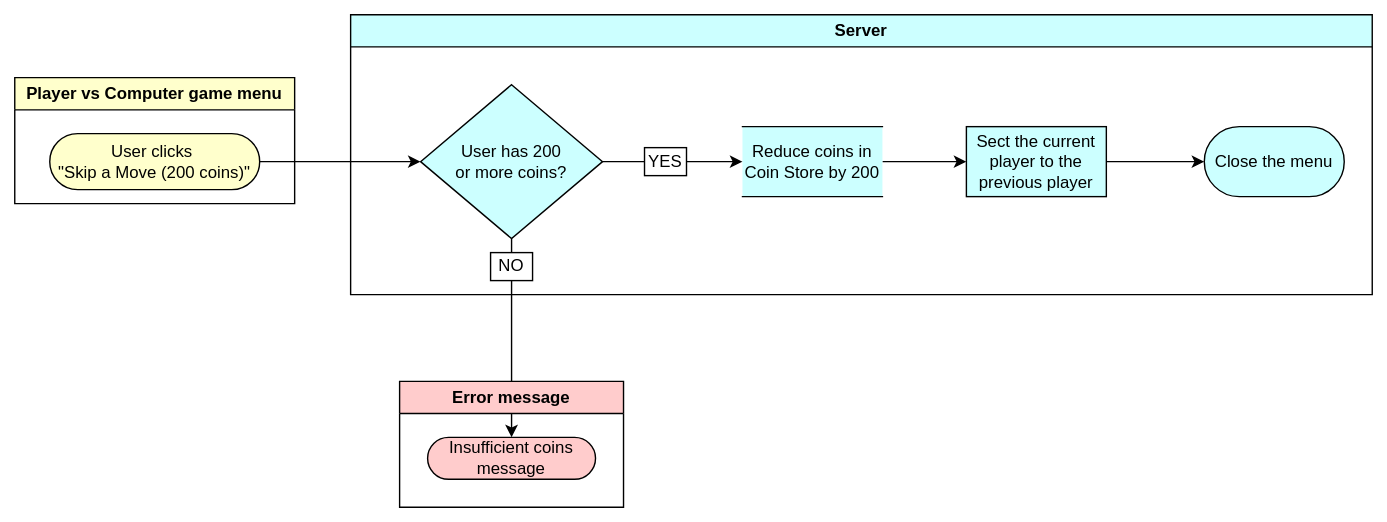
Before: docs/images/skip-a-move.drawio.svg, a diagram exported from draw.io (Rakshitg600/Notakto-website). Source tidied: cells renumbered, new cells last; positions are measured from the earlier drawing's top-left corner, leaving out a move shared by most shapes. The source it was exported from:
```xml
<mxGraphModel>
  <root>
    <mxCell id="0" />
    <mxCell id="1" parent="0" />
    <mxCell id="2" style="edgeStyle=orthogonalEdgeStyle;rounded=0;jettySize=auto;html=1;" parent="1" edge="1" source="11" target="17">
      <mxGeometry relative="1" as="geometry" />
    </mxCell>
    <mxCell id="3" value="Player vs Computer game menu" style="swimlane;whiteSpace=wrap;html=1;fillColor=#FFFFCC;" parent="1" vertex="1">
      <mxGeometry y="45" width="200" height="90" as="geometry" />
    </mxCell>
    <mxCell id="4" value="&lt;div&gt;User clicks&amp;nbsp;&lt;/div&gt;&lt;div&gt;&quot;Skip a Move (200 coins)&quot;&lt;/div&gt;" style="whiteSpace=wrap;html=1;dashed=0;shape=mxgraph.dfd.start;fillColor=#FFFFCC;" parent="3" vertex="1">
      <mxGeometry x="25" y="40" width="150" height="40" as="geometry" />
    </mxCell>
    <mxCell id="5" value="Server" style="swimlane;whiteSpace=wrap;html=1;fillColor=#CCFFFF;" parent="1" vertex="1">
      <mxGeometry x="240" width="730" height="200" as="geometry" />
    </mxCell>
    <mxCell id="6" style="edgeStyle=orthogonalEdgeStyle;rounded=0;jettySize=auto;html=1;fillColor=#CCFFFF;" parent="5" edge="1" source="7" target="9">
      <mxGeometry relative="1" as="geometry" />
    </mxCell>
    <mxCell id="7" value="Reduce coins in Coin Store by 200" style="html=1;dashed=0;whiteSpace=wrap;fillColor=#CCFFFF;shape=partialRectangle;right=0;left=0;" parent="5" vertex="1">
      <mxGeometry x="280" y="80" width="100" height="50" as="geometry" />
    </mxCell>
    <mxCell id="8" style="edgeStyle=orthogonalEdgeStyle;rounded=0;jettySize=auto;html=1;fillColor=#CCFFFF;" parent="5" edge="1" source="9" target="10">
      <mxGeometry relative="1" as="geometry" />
    </mxCell>
    <mxCell id="9" value="Sect the current player to the previous player" style="html=1;dashed=0;whiteSpace=wrap;fillColor=#CCFFFF;" parent="5" vertex="1">
      <mxGeometry x="440" y="80" width="100" height="50" as="geometry" />
    </mxCell>
    <mxCell id="10" value="Close the menu" style="html=1;dashed=0;whiteSpace=wrap;shape=mxgraph.dfd.start;fillColor=#CCFFFF;" parent="5" vertex="1">
      <mxGeometry x="610" y="80" width="100" height="50" as="geometry" />
    </mxCell>
    <mxCell id="11" value="&lt;div&gt;User has 200&lt;/div&gt;&lt;div&gt;or more coins?&lt;/div&gt;" style="shape=rhombus;html=1;dashed=0;whiteSpace=wrap;perimeter=rhombusPerimeter;fillColor=#CCFFFF;" parent="5" vertex="1">
      <mxGeometry x="50" y="50" width="130" height="110" as="geometry" />
    </mxCell>
    <mxCell id="12" style="edgeStyle=orthogonalEdgeStyle;rounded=0;jettySize=auto;html=1;fillColor=#CCFFFF;" parent="5" edge="1" source="11" target="7">
      <mxGeometry relative="1" as="geometry" />
    </mxCell>
    <mxCell id="13" value="YES" style="rounded=0;whiteSpace=wrap;html=1;fillColor=default;" parent="5" vertex="1">
      <mxGeometry x="210" y="95" width="30" height="20" as="geometry" />
    </mxCell>
    <mxCell id="14" value="NO" style="rounded=0;whiteSpace=wrap;html=1;fillColor=default;" parent="5" vertex="1">
      <mxGeometry x="100" y="170" width="30" height="20" as="geometry" />
    </mxCell>
    <mxCell id="15" style="edgeStyle=orthogonalEdgeStyle;rounded=0;jettySize=auto;html=1;" parent="1" edge="1" source="4" target="11">
      <mxGeometry relative="1" as="geometry" />
    </mxCell>
    <mxCell id="16" value="Error message" style="swimlane;whiteSpace=wrap;html=1;fillColor=#FFCCCC;" parent="1" vertex="1">
      <mxGeometry x="275" y="262" width="160" height="90" as="geometry" />
    </mxCell>
    <mxCell id="17" value="Insufficient coins message" style="html=1;dashed=0;whiteSpace=wrap;shape=mxgraph.dfd.start;fillColor=#FFCCCC;" parent="16" vertex="1">
      <mxGeometry x="20" y="40" width="120" height="30" as="geometry" />
    </mxCell>
  </root>
</mxGraphModel>
```
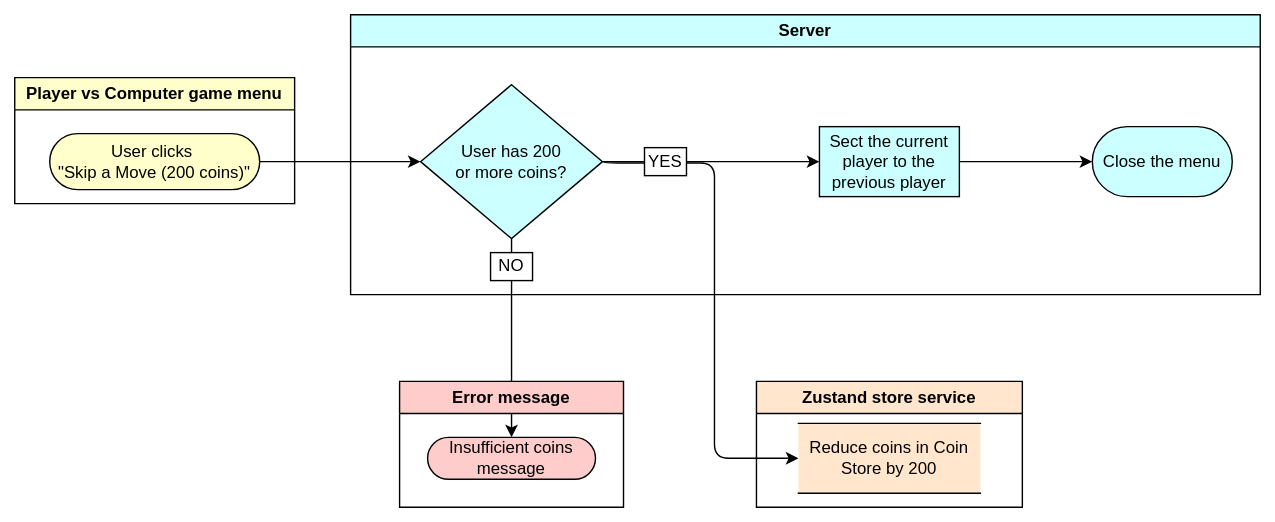
After the change.

The edit, as a diff of the source:
```diff
@@ -2,7 +2,17 @@
   <root>
     <mxCell id="0" />
     <mxCell id="1" parent="0" />
+    <mxCell id="12" style="edgeStyle=orthogonalEdgeStyle;rounded=1;jettySize=auto;html=1;fillColor=#CCFFFF;curved=0;" parent="1" edge="1" target="7">
+      <mxGeometry relative="1" as="geometry">
+        <mxPoint x="421" y="105" as="sourcePoint" />
+        <Array as="points">
+          <mxPoint x="421" y="106" />
+          <mxPoint x="500" y="106" />
+          <mxPoint x="500" y="317" />
+        </Array>
+      </mxGeometry>
+    </mxCell>
-    <mxCell id="2" style="edgeStyle=orthogonalEdgeStyle;rounded=0;jettySize=auto;html=1;" parent="1" edge="1" source="11" target="17">
+    <mxCell id="2" style="edgeStyle=orthogonalEdgeStyle;rounded=1;jettySize=auto;html=1;curved=0;" parent="1" edge="1" source="11" target="17">
       <mxGeometry relative="1" as="geometry" />
     </mxCell>
     <mxCell id="3" value="Player vs Computer game menu" style="swimlane;whiteSpace=wrap;html=1;fillColor=#FFFFCC;" parent="1" vertex="1">
@@ -12,36 +22,30 @@
       <mxGeometry x="25" y="40" width="150" height="40" as="geometry" />
     </mxCell>
     <mxCell id="5" value="Server" style="swimlane;whiteSpace=wrap;html=1;fillColor=#CCFFFF;" parent="1" vertex="1">
-      <mxGeometry x="240" width="730" height="200" as="geometry" />
+      <mxGeometry x="240" width="650" height="200" as="geometry" />
     </mxCell>
-    <mxCell id="6" style="edgeStyle=orthogonalEdgeStyle;rounded=0;jettySize=auto;html=1;fillColor=#CCFFFF;" parent="5" edge="1" source="7" target="9">
-      <mxGeometry relative="1" as="geometry" />
-    </mxCell>
-    <mxCell id="7" value="Reduce coins in Coin Store by 200" style="html=1;dashed=0;whiteSpace=wrap;fillColor=#CCFFFF;shape=partialRectangle;right=0;left=0;" parent="5" vertex="1">
-      <mxGeometry x="280" y="80" width="100" height="50" as="geometry" />
-    </mxCell>
-    <mxCell id="8" style="edgeStyle=orthogonalEdgeStyle;rounded=0;jettySize=auto;html=1;fillColor=#CCFFFF;" parent="5" edge="1" source="9" target="10">
+    <mxCell id="8" style="edgeStyle=orthogonalEdgeStyle;rounded=1;jettySize=auto;html=1;fillColor=#CCFFFF;curved=0;" parent="5" edge="1" source="9" target="10">
       <mxGeometry relative="1" as="geometry" />
     </mxCell>
     <mxCell id="9" value="Sect the current player to the previous player" style="html=1;dashed=0;whiteSpace=wrap;fillColor=#CCFFFF;" parent="5" vertex="1">
-      <mxGeometry x="440" y="80" width="100" height="50" as="geometry" />
+      <mxGeometry x="335" y="80" width="100" height="50" as="geometry" />
     </mxCell>
     <mxCell id="10" value="Close the menu" style="html=1;dashed=0;whiteSpace=wrap;shape=mxgraph.dfd.start;fillColor=#CCFFFF;" parent="5" vertex="1">
-      <mxGeometry x="610" y="80" width="100" height="50" as="geometry" />
+      <mxGeometry x="530" y="80" width="100" height="50" as="geometry" />
     </mxCell>
+    <mxCell id="18" style="edgeStyle=orthogonalEdgeStyle;rounded=1;jettySize=auto;html=1;curved=0;" parent="5" edge="1" source="11" target="9">
+      <mxGeometry relative="1" as="geometry" />
+    </mxCell>
     <mxCell id="11" value="&lt;div&gt;User has 200&lt;/div&gt;&lt;div&gt;or more coins?&lt;/div&gt;" style="shape=rhombus;html=1;dashed=0;whiteSpace=wrap;perimeter=rhombusPerimeter;fillColor=#CCFFFF;" parent="5" vertex="1">
       <mxGeometry x="50" y="50" width="130" height="110" as="geometry" />
     </mxCell>
-    <mxCell id="12" style="edgeStyle=orthogonalEdgeStyle;rounded=0;jettySize=auto;html=1;fillColor=#CCFFFF;" parent="5" edge="1" source="11" target="7">
-      <mxGeometry relative="1" as="geometry" />
-    </mxCell>
     <mxCell id="13" value="YES" style="rounded=0;whiteSpace=wrap;html=1;fillColor=default;" parent="5" vertex="1">
       <mxGeometry x="210" y="95" width="30" height="20" as="geometry" />
     </mxCell>
     <mxCell id="14" value="NO" style="rounded=0;whiteSpace=wrap;html=1;fillColor=default;" parent="5" vertex="1">
       <mxGeometry x="100" y="170" width="30" height="20" as="geometry" />
     </mxCell>
-    <mxCell id="15" style="edgeStyle=orthogonalEdgeStyle;rounded=0;jettySize=auto;html=1;" parent="1" edge="1" source="4" target="11">
+    <mxCell id="15" style="edgeStyle=orthogonalEdgeStyle;rounded=1;jettySize=auto;html=1;curved=0;" parent="1" edge="1" source="4" target="11">
       <mxGeometry relative="1" as="geometry" />
     </mxCell>
     <mxCell id="16" value="Error message" style="swimlane;whiteSpace=wrap;html=1;fillColor=#FFCCCC;" parent="1" vertex="1">
@@ -50,5 +54,11 @@
     <mxCell id="17" value="Insufficient coins message" style="html=1;dashed=0;whiteSpace=wrap;shape=mxgraph.dfd.start;fillColor=#FFCCCC;" parent="16" vertex="1">
       <mxGeometry x="20" y="40" width="120" height="30" as="geometry" />
     </mxCell>
+    <mxCell id="19" value="Zustand store service" style="swimlane;whiteSpace=wrap;html=1;fillColor=#FFE6CC;" parent="1" vertex="1">
+      <mxGeometry x="530" y="262" width="190" height="90" as="geometry" />
+    </mxCell>
+    <mxCell id="7" value="Reduce coins in Coin Store by 200" style="html=1;dashed=0;whiteSpace=wrap;fillColor=#FFE6CC;shape=partialRectangle;right=0;left=0;" parent="19" vertex="1">
+      <mxGeometry x="30" y="30" width="130" height="50" as="geometry" />
+    </mxCell>
   </root>
 </mxGraphModel>
```
